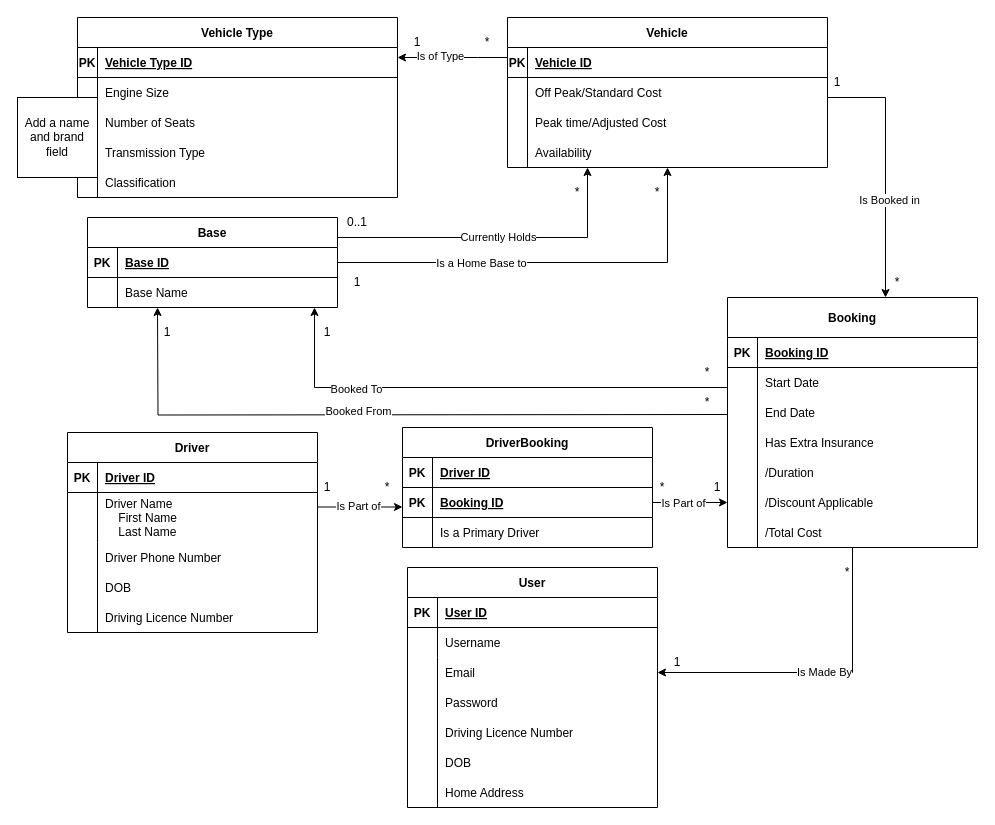
Daniel-Fejdych/Daniel-Fejdych.github.io keeps this draw.io diagram as CW1 ERD.drawio. Above is the earlier version. Source tidied: cells renumbered, new cells numbered last; positions are measured from the earlier drawing's top-left corner, leaving out a move shared by most shapes. Both pictures are drawn from the tidied source at 100%, with x=0, y=0 at pixel (17, 17).
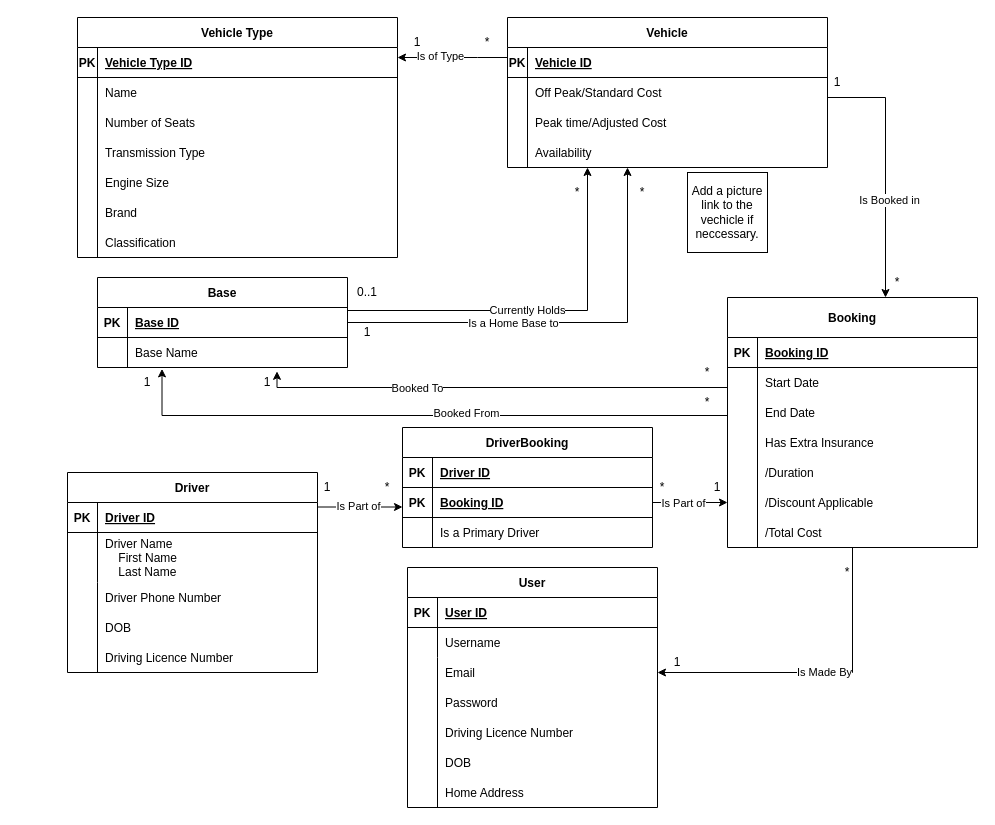
The same diagram, later.

Unchanged cells that the change refers to:
```xml
<mxCell id="3" style="shape=partialRectangle;fillColor=none;points=[[0,0.5],[1,0.5]];portConstraint=eastwest;top=0;left=0;right=0;bottom=1;" parent="2" vertex="1">
  <mxGeometry y="30" width="250" height="30" as="geometry" />
</mxCell>
<mxCell id="6" style="shape=partialRectangle;fillColor=none;points=[[0,0.5],[1,0.5]];portConstraint=eastwest;top=0;left=0;right=0;bottom=0;" parent="2" vertex="1">
  <mxGeometry y="60" width="250" height="30" as="geometry" />
</mxCell>
<mxCell id="79" style="shape=partialRectangle;fillColor=none;points=[[0,0.5],[1,0.5]];portConstraint=eastwest;top=0;left=0;right=0;bottom=0;" parent="75" vertex="1">
  <mxGeometry y="70" width="250" height="30" as="geometry" />
</mxCell>
```

Change to the diagram source:
```diff
@@
     <mxCell id="2" value="Base" style="shape=table;startSize=30;childLayout=tableLayout;rowLines=0;fontStyle=1;align=center;" parent="1" vertex="1">
-      <mxGeometry x="70" y="200" width="250" height="90" as="geometry" />
+      <mxGeometry x="80" y="260" width="250" height="90" as="geometry" />
     </mxCell>
@@
     <mxCell id="9" style="edgeStyle=orthogonalEdgeStyle;rounded=0;jettySize=auto;html=1;exitX=1;exitY=0.25;exitDx=0;exitDy=0;" parent="1" edge="1" source="2">
       <mxGeometry relative="1" as="geometry">
         <mxPoint x="570" y="150" as="targetPoint" />
         <Array as="points">
-          <mxPoint x="320" y="220" />
+          <mxPoint x="570" y="293" />
         </Array>
       </mxGeometry>
     </mxCell>
@@
-    <mxCell id="15" style="edgeStyle=orthogonalEdgeStyle;rounded=0;jettySize=auto;html=1;exitX=1;exitY=0.5;exitDx=0;exitDy=0;" parent="1" edge="1" source="6">
+    <mxCell id="15" style="edgeStyle=orthogonalEdgeStyle;rounded=0;jettySize=auto;html=1;exitX=1;exitY=0.5;exitDx=0;exitDy=0;" parent="1" edge="1" source="3">
       <mxGeometry relative="1" as="geometry">
-        <mxPoint x="650" y="150" as="targetPoint" />
+        <mxPoint x="610" y="150" as="targetPoint" />
         <Array as="points">
-          <mxPoint x="650" y="245" />
+          <mxPoint x="610" y="305" />
         </Array>
       </mxGeometry>
     </mxCell>
@@
-    <mxCell id="17" style="edgeStyle=orthogonalEdgeStyle;rounded=0;orthogonalLoop=1;jettySize=auto;html=1;" parent="1" edge="1">
+    <mxCell id="17" style="edgeStyle=orthogonalEdgeStyle;rounded=0;jettySize=auto;html=1;entryX=0.258;entryY=1.047;entryDx=0;entryDy=0;entryPerimeter=0;" parent="1" edge="1" target="6">
       <mxGeometry relative="1" as="geometry">
         <mxPoint x="710" y="397" as="sourcePoint" />
-        <mxPoint x="140" y="290" as="targetPoint" />
+        <Array as="points">
+          <mxPoint x="710" y="398" />
+          <mxPoint x="145" y="398" />
+        </Array>
       </mxGeometry>
     </mxCell>
     <mxCell id="18" value="Booked From" style="edgeLabel;html=1;align=center;verticalAlign=middle;" parent="17" vertex="1">
-      <mxGeometry x="0.09" y="-4" relative="1" as="geometry" />
+      <mxGeometry x="0.09" y="-4" relative="1" as="geometry">
+        <mxPoint x="71" y="1" as="offset" />
+      </mxGeometry>
     </mxCell>
-    <mxCell id="19" style="edgeStyle=orthogonalEdgeStyle;rounded=0;jettySize=auto;html=1;exitX=0;exitY=0.793;exitDx=0;exitDy=0;exitPerimeter=0;" parent="1" edge="1" source="79">
+    <mxCell id="19" style="edgeStyle=orthogonalEdgeStyle;rounded=0;jettySize=auto;html=1;exitX=0;exitY=0.793;exitDx=0;exitDy=0;exitPerimeter=0;entryX=0.718;entryY=1.127;entryDx=0;entryDy=0;entryPerimeter=0;" parent="1" edge="1" source="79" target="6">
       <mxGeometry relative="1" as="geometry">
-        <mxPoint x="297" y="290" as="targetPoint" />
         <Array as="points">
           <mxPoint x="710" y="370" />
-          <mxPoint x="297" y="370" />
+          <mxPoint x="260" y="370" />
         </Array>
       </mxGeometry>
     </mxCell>
     <mxCell id="20" value="Booked To" style="edgeLabel;html=1;align=center;verticalAlign=middle;" parent="19" vertex="1">
-      <mxGeometry x="0.51" y="1" relative="1" as="geometry" />
+      <mxGeometry x="0.51" y="1" relative="1" as="geometry">
+        <mxPoint x="41" y="-1" as="offset" />
+      </mxGeometry>
     </mxCell>
@@
     <mxCell id="37" style="group;" parent="1" vertex="1">
-      <mxGeometry x="50" y="415" width="250" height="200" as="geometry" />
+      <mxGeometry x="50" y="455" width="250" height="200" as="geometry" />
     </mxCell>
@@
-    <mxCell id="65" style="group;glass=0;rounded=0;" parent="1" vertex="1">
-      <mxGeometry x="60" width="320" height="180" as="geometry" />
-    </mxCell>
-    <mxCell id="66" style="group;" parent="65" vertex="1">
-      <mxGeometry width="320" height="150" as="geometry" />
-    </mxCell>
-    <mxCell id="67" value="Engine Size" style="shape=partialRectangle;overflow=hidden;fillColor=none;top=0;left=1;bottom=0;right=0;align=left;spacingLeft=6;fontStyle=0;" parent="66" vertex="1">
-      <mxGeometry x="20" y="60" width="300" height="30" as="geometry" />
-    </mxCell>
-    <mxCell id="68" value="Number of Seats" style="shape=partialRectangle;overflow=hidden;fillColor=none;top=0;left=1;bottom=0;right=0;align=left;spacingLeft=6;fontStyle=0;" parent="66" vertex="1">
-      <mxGeometry x="20" y="90" width="300" height="30" as="geometry" />
-    </mxCell>
-    <mxCell id="69" value="Transmission Type" style="shape=partialRectangle;overflow=hidden;fillColor=none;top=0;left=1;bottom=0;right=0;align=left;spacingLeft=6;fontStyle=0;" parent="66" vertex="1">
-      <mxGeometry x="20" y="120" width="300" height="30" as="geometry" />
-    </mxCell>
-    <mxCell id="70" value="Classification" style="shape=partialRectangle;overflow=hidden;fillColor=none;top=0;left=1;bottom=0;right=0;align=left;spacingLeft=6;fontStyle=0;" parent="65" vertex="1">
-      <mxGeometry x="20" y="150" width="300" height="30" as="geometry" />
-    </mxCell>
-    <mxCell id="71" value="Vehicle Type" style="shape=table;startSize=30;childLayout=tableLayout;rowLines=0;fontStyle=1;align=center;" parent="65" vertex="1">
-      <mxGeometry width="320" height="180" as="geometry" />
-    </mxCell>
-    <mxCell id="72" style="shape=partialRectangle;fillColor=none;top=0;left=0;right=0;bottom=1;" parent="71" vertex="1">
-      <mxGeometry y="30" width="320" height="30" as="geometry" />
-    </mxCell>
-    <mxCell id="73" value="PK" style="shape=partialRectangle;overflow=hidden;fillColor=none;top=0;left=0;bottom=0;right=0;fontStyle=1;" parent="72" vertex="1">
-      <mxGeometry width="20" height="30" as="geometry" />
-    </mxCell>
-    <mxCell id="74" value="Vehicle Type ID" style="shape=partialRectangle;overflow=hidden;fillColor=none;top=0;left=0;bottom=0;right=0;align=left;spacingLeft=6;fontStyle=5;" parent="72" vertex="1">
-      <mxGeometry x="20" width="300" height="30" as="geometry" />
-    </mxCell>
@@
     <mxCell id="88" value="*" style="text;html=1;strokeColor=none;fillColor=none;align=center;verticalAlign=middle;whiteSpace=wrap;rounded=0;" parent="1" vertex="1">
-      <mxGeometry x="630" y="160" width="20" height="30" as="geometry" />
+      <mxGeometry x="615" y="160" width="20" height="30" as="geometry" />
     </mxCell>
     <mxCell id="89" value="0..1" style="text;html=1;strokeColor=none;fillColor=none;align=center;verticalAlign=middle;whiteSpace=wrap;rounded=0;" parent="1" vertex="1">
-      <mxGeometry x="330" y="190" width="20" height="30" as="geometry" />
+      <mxGeometry x="340" y="260" width="20" height="30" as="geometry" />
     </mxCell>
     <mxCell id="90" value="1" style="text;html=1;strokeColor=none;fillColor=none;align=center;verticalAlign=middle;whiteSpace=wrap;rounded=0;" parent="1" vertex="1">
-      <mxGeometry x="330" y="250" width="20" height="30" as="geometry" />
+      <mxGeometry x="340" y="300" width="20" height="30" as="geometry" />
     </mxCell>
@@
     <mxCell id="95" value="1" style="text;html=1;strokeColor=none;fillColor=none;align=center;verticalAlign=middle;whiteSpace=wrap;rounded=0;" parent="1" vertex="1">
-      <mxGeometry x="300" y="300" width="20" height="30" as="geometry" />
+      <mxGeometry x="240" y="350" width="20" height="30" as="geometry" />
     </mxCell>
     <mxCell id="96" value="1" style="text;html=1;strokeColor=none;fillColor=none;align=center;verticalAlign=middle;whiteSpace=wrap;rounded=0;" parent="1" vertex="1">
-      <mxGeometry x="140" y="300" width="20" height="30" as="geometry" />
+      <mxGeometry x="120" y="350" width="20" height="30" as="geometry" />
     </mxCell>
@@
-    <mxCell id="112" value="Add a name and brand field" style="whiteSpace=wrap;html=1;" parent="1" vertex="1">
-      <mxGeometry y="80" width="80" height="80" as="geometry" />
-    </mxCell>
+    <mxCell id="66" style="group;" parent="1" vertex="1">
+      <mxGeometry x="60" width="320" height="150" as="geometry" />
+    </mxCell>
+    <mxCell id="67" value="Name" style="shape=partialRectangle;overflow=hidden;fillColor=none;top=0;left=1;bottom=0;right=0;align=left;spacingLeft=6;fontStyle=0;" parent="66" vertex="1">
+      <mxGeometry x="20" y="60" width="300" height="30" as="geometry" />
+    </mxCell>
+    <mxCell id="68" value="Number of Seats" style="shape=partialRectangle;overflow=hidden;fillColor=none;top=0;left=1;bottom=0;right=0;align=left;spacingLeft=6;fontStyle=0;" parent="66" vertex="1">
+      <mxGeometry x="20" y="90" width="300" height="30" as="geometry" />
+    </mxCell>
+    <mxCell id="69" value="Transmission Type" style="shape=partialRectangle;overflow=hidden;fillColor=none;top=0;left=1;bottom=0;right=0;align=left;spacingLeft=6;fontStyle=0;" parent="66" vertex="1">
+      <mxGeometry x="20" y="120" width="300" height="30" as="geometry" />
+    </mxCell>
+    <mxCell id="70" value="Engine Size" style="shape=partialRectangle;overflow=hidden;fillColor=none;top=0;left=1;bottom=0;right=0;align=left;spacingLeft=6;fontStyle=0;" parent="1" vertex="1">
+      <mxGeometry x="80" y="150" width="300" height="30" as="geometry" />
+    </mxCell>
+    <mxCell id="71" value="Vehicle Type" style="shape=table;startSize=30;childLayout=tableLayout;rowLines=0;fontStyle=1;align=center;" parent="1" vertex="1">
+      <mxGeometry x="60" width="320" height="240" as="geometry" />
+    </mxCell>
+    <mxCell id="72" style="shape=partialRectangle;fillColor=none;top=0;left=0;right=0;bottom=1;" parent="71" vertex="1">
+      <mxGeometry y="30" width="320" height="30" as="geometry" />
+    </mxCell>
+    <mxCell id="73" value="PK" style="shape=partialRectangle;overflow=hidden;fillColor=none;top=0;left=0;bottom=0;right=0;fontStyle=1;" parent="72" vertex="1">
+      <mxGeometry width="20" height="30" as="geometry" />
+    </mxCell>
+    <mxCell id="74" value="Vehicle Type ID" style="shape=partialRectangle;overflow=hidden;fillColor=none;top=0;left=0;bottom=0;right=0;align=left;spacingLeft=6;fontStyle=5;" parent="72" vertex="1">
+      <mxGeometry x="20" width="300" height="30" as="geometry" />
+    </mxCell>
+    <mxCell id="113" value="Brand" style="shape=partialRectangle;overflow=hidden;fillColor=none;top=0;left=1;bottom=0;right=0;align=left;spacingLeft=6;fontStyle=0;" parent="1" vertex="1">
+      <mxGeometry x="80" y="180" width="300" height="30" as="geometry" />
+    </mxCell>
+    <mxCell id="114" value="Classification" style="shape=partialRectangle;overflow=hidden;fillColor=none;top=0;left=1;bottom=0;right=0;align=left;spacingLeft=6;fontStyle=0;" parent="1" vertex="1">
+      <mxGeometry x="80" y="210" width="300" height="30" as="geometry" />
+    </mxCell>
+    <mxCell id="115" value="Add a picture link to the vechicle if neccessary." style="whiteSpace=wrap;html=1;" parent="1" vertex="1">
+      <mxGeometry x="670" y="155" width="80" height="80" as="geometry" />
+    </mxCell>
```
